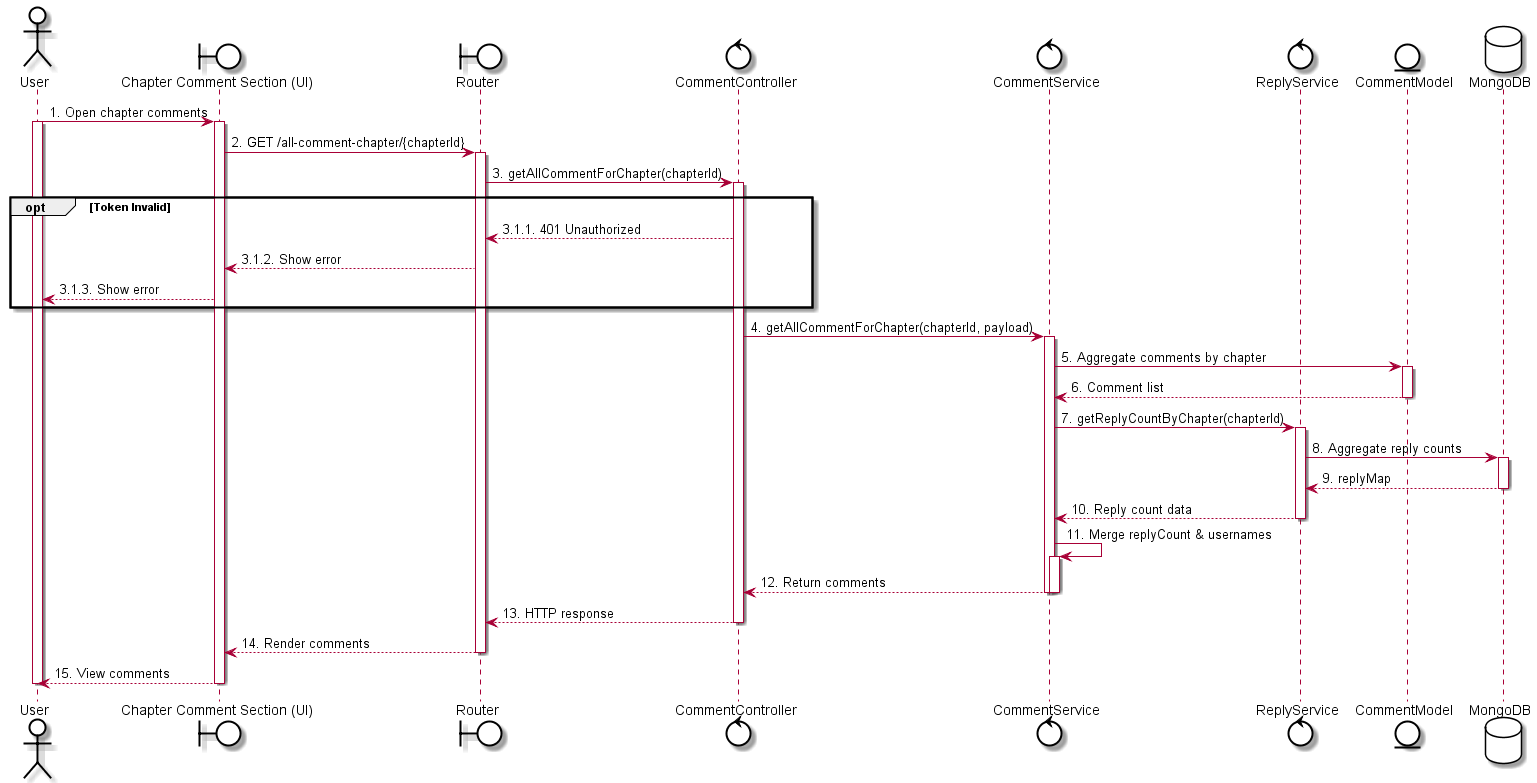
LGK1412/sequence_sep490_01 keeps this PlantUML diagram as out/uc41 - View chapter comment/uc41 - View chapter comment.png. Above is the earlier version.
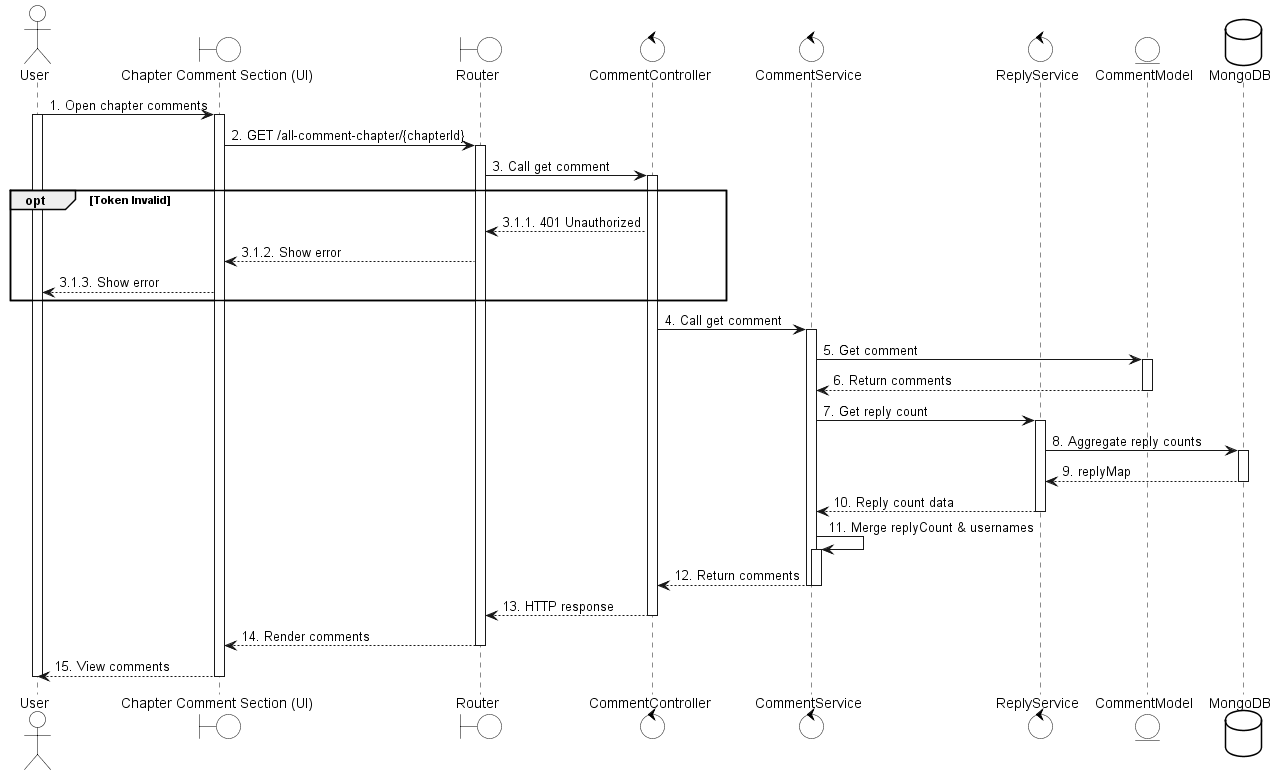
The same file after the commit.

What changed in the source:
```diff
@@ -29,7 +29,7 @@
 UI -> Router: 2. GET /all-comment-chapter/{chapterId}
 activate Router
 
-Router -> CommentController: 3. getAllCommentForChapter(chapterId)
+Router -> CommentController: 3. Call get comment
 activate CommentController
 
 opt Token Invalid
@@ -38,16 +38,16 @@
     UI --> User: 3.1.3. Show error
 end
 
-CommentController -> CommentService: 4. getAllCommentForChapter(chapterId, payload)
+CommentController -> CommentService: 4. Call get comment
 
 activate CommentService
 
-CommentService -> CommentModel: 5. Aggregate comments by chapter
+CommentService -> CommentModel: 5. Get comment
 activate CommentModel
-CommentModel --> CommentService: 6. Comment list
+CommentModel --> CommentService: 6. Return comments
 deactivate CommentModel
 
-CommentService -> ReplyService: 7. getReplyCountByChapter(chapterId)
+CommentService -> ReplyService: 7. Get reply count
 activate ReplyService
 ReplyService -> MongoDB: 8. Aggregate reply counts
 activate MongoDB
```
